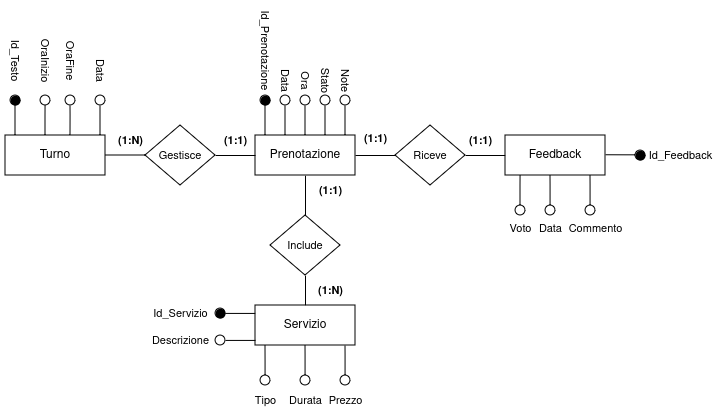
IonutZbir/ProgettoDatabase keeps this draw.io diagram as fase_due/images/rifinitura_prenotazione.png. Above is the earlier version. Source tidied: cells renumbered, new cells last; positions are measured from the earlier drawing's top-left corner, leaving out a move shared by most shapes.
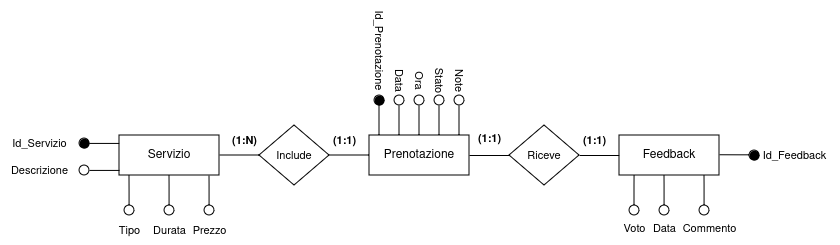
The same diagram one commit later.

What changed in the source:
```diff
@@ -17,37 +17,41 @@
     </mxCell>
     <mxCell id="4" style="edgeStyle=orthogonalEdgeStyle;shape=connector;rounded=0;orthogonalLoop=1;jettySize=auto;html=1;strokeColor=default;align=center;verticalAlign=middle;fontFamily=Helvetica;fontSize=11;fontColor=default;labelBackgroundColor=default;endArrow=none;endFill=0;" parent="1" edge="1">
       <mxGeometry relative="1" as="geometry">
-        <mxPoint x="365" y="340" as="sourcePoint" />
-        <mxPoint x="364.9" y="310" as="targetPoint" />
+        <mxPoint x="115" y="170" as="sourcePoint" />
+        <mxPoint x="114.9" y="140" as="targetPoint" />
         <Array as="points">
-          <mxPoint x="364.9" y="320" />
-          <mxPoint x="364.9" y="320" />
+          <mxPoint x="114.9" y="150" />
+          <mxPoint x="114.9" y="150" />
         </Array>
       </mxGeometry>
     </mxCell>
     <mxCell id="5" style="ellipse;whiteSpace=wrap;html=1;fontFamily=Helvetica;fontSize=11;fontColor=default;labelBackgroundColor=default;" parent="1" vertex="1">
-      <mxGeometry x="360" y="340" width="10" height="10" as="geometry" />
+      <mxGeometry x="110" y="170" width="10" height="10" as="geometry" />
     </mxCell>
-    <mxCell id="6" style="edgeStyle=orthogonalEdgeStyle;shape=connector;rounded=0;jettySize=auto;html=1;entryX=0.5;entryY=0;entryDx=0;entryDy=0;strokeColor=default;align=center;verticalAlign=middle;fontFamily=Helvetica;fontSize=11;fontColor=default;labelBackgroundColor=default;endArrow=none;endFill=0;" parent="1" edge="1" source="7" target="9">
-      <mxGeometry relative="1" as="geometry" />
-    </mxCell>
+    <mxCell id="75" style="edgeStyle=orthogonalEdgeStyle;rounded=0;jettySize=auto;html=1;endArrow=none;endFill=0;" parent="1" edge="1" source="7">
+      <mxGeometry relative="1" as="geometry">
+        <mxPoint x="235" y="120" as="targetPoint" />
+      </mxGeometry>
+    </mxCell>
     <mxCell id="7" value="Prenotazione" style="whiteSpace=wrap;html=1;align=center;" parent="1" vertex="1">
       <mxGeometry x="275" y="100" width="100" height="40" as="geometry" />
     </mxCell>
-    <mxCell id="8" style="edgeStyle=orthogonalEdgeStyle;shape=connector;rounded=0;jettySize=auto;html=1;exitX=0.5;exitY=1;exitDx=0;exitDy=0;entryX=0.5;entryY=0;entryDx=0;entryDy=0;strokeColor=default;align=center;verticalAlign=middle;fontFamily=Helvetica;fontSize=11;fontColor=default;labelBackgroundColor=default;endArrow=none;endFill=0;" parent="1" edge="1" source="9" target="11">
-      <mxGeometry relative="1" as="geometry" />
-    </mxCell>
+    <mxCell id="76" style="edgeStyle=orthogonalEdgeStyle;rounded=0;jettySize=auto;html=1;endArrow=none;endFill=0;" parent="1" edge="1" source="9">
+      <mxGeometry relative="1" as="geometry">
+        <mxPoint x="125" y="120" as="targetPoint" />
+      </mxGeometry>
+    </mxCell>
     <mxCell id="9" value="Include" style="shape=rhombus;perimeter=rhombusPerimeter;whiteSpace=wrap;html=1;align=center;fontFamily=Helvetica;fontSize=11;fontColor=default;labelBackgroundColor=default;" parent="1" vertex="1">
-      <mxGeometry x="290" y="180" width="70" height="60" as="geometry" />
+      <mxGeometry x="165" y="90" width="70" height="60" as="geometry" />
     </mxCell>
     <mxCell id="10" style="edgeStyle=orthogonalEdgeStyle;shape=connector;rounded=0;orthogonalLoop=1;jettySize=auto;html=1;strokeColor=default;align=center;verticalAlign=middle;fontFamily=Helvetica;fontSize=11;fontColor=default;labelBackgroundColor=default;endArrow=none;endFill=0;" parent="1" edge="1">
       <mxGeometry relative="1" as="geometry">
-        <mxPoint x="275" y="277.9" as="sourcePoint" />
-        <mxPoint x="245" y="277.9" as="targetPoint" />
+        <mxPoint x="25" y="107.9" as="sourcePoint" />
+        <mxPoint x="-5" y="107.9" as="targetPoint" />
       </mxGeometry>
     </mxCell>
     <mxCell id="11" value="Servizio" style="whiteSpace=wrap;html=1;align=center;" parent="1" vertex="1">
-      <mxGeometry x="275" y="270" width="100" height="40" as="geometry" />
+      <mxGeometry x="25" y="100" width="100" height="40" as="geometry" />
     </mxCell>
     <mxCell id="12" style="edgeStyle=orthogonalEdgeStyle;shape=connector;rounded=0;jettySize=auto;html=1;entryX=1;entryY=0.5;entryDx=0;entryDy=0;strokeColor=default;align=center;verticalAlign=middle;fontFamily=Helvetica;fontSize=11;fontColor=default;labelBackgroundColor=default;endArrow=none;endFill=0;" parent="1" edge="1" source="13" target="16">
       <mxGeometry relative="1" as="geometry" />
@@ -55,26 +59,12 @@
     <mxCell id="13" value="Feedback" style="whiteSpace=wrap;html=1;align=center;" parent="1" vertex="1">
       <mxGeometry x="525" y="100" width="100" height="40" as="geometry" />
     </mxCell>
-    <mxCell id="14" value="Turno" style="whiteSpace=wrap;html=1;align=center;" parent="1" vertex="1">
-      <mxGeometry x="25" y="100" width="100" height="40" as="geometry" />
-    </mxCell>
     <mxCell id="15" style="edgeStyle=orthogonalEdgeStyle;shape=connector;rounded=0;jettySize=auto;html=1;entryX=1;entryY=0.5;entryDx=0;entryDy=0;strokeColor=default;align=center;verticalAlign=middle;fontFamily=Helvetica;fontSize=11;fontColor=default;labelBackgroundColor=default;endArrow=none;endFill=0;" parent="1" edge="1" source="16" target="7">
       <mxGeometry relative="1" as="geometry" />
     </mxCell>
     <mxCell id="16" value="Riceve" style="shape=rhombus;perimeter=rhombusPerimeter;whiteSpace=wrap;html=1;align=center;fontFamily=Helvetica;fontSize=11;fontColor=default;labelBackgroundColor=default;" parent="1" vertex="1">
       <mxGeometry x="415" y="90" width="70" height="60" as="geometry" />
     </mxCell>
-    <mxCell id="17" style="edgeStyle=orthogonalEdgeStyle;shape=connector;rounded=0;jettySize=auto;html=1;strokeColor=default;align=center;verticalAlign=middle;fontFamily=Helvetica;fontSize=11;fontColor=default;labelBackgroundColor=default;endArrow=none;endFill=0;" parent="1" edge="1" source="19">
-      <mxGeometry relative="1" as="geometry">
-        <mxPoint x="125" y="120" as="targetPoint" />
-      </mxGeometry>
-    </mxCell>
-    <mxCell id="18" style="edgeStyle=orthogonalEdgeStyle;shape=connector;rounded=0;jettySize=auto;html=1;entryX=0;entryY=0.5;entryDx=0;entryDy=0;strokeColor=default;align=center;verticalAlign=middle;fontFamily=Helvetica;fontSize=11;fontColor=default;labelBackgroundColor=default;endArrow=none;endFill=0;" parent="1" edge="1" source="19" target="7">
-      <mxGeometry relative="1" as="geometry" />
-    </mxCell>
-    <mxCell id="19" value="Gestisce" style="shape=rhombus;perimeter=rhombusPerimeter;whiteSpace=wrap;html=1;align=center;fontFamily=Helvetica;fontSize=11;fontColor=default;labelBackgroundColor=default;" parent="1" vertex="1">
-      <mxGeometry x="165" y="90" width="70" height="60" as="geometry" />
-    </mxCell>
     <mxCell id="20" style="edgeStyle=orthogonalEdgeStyle;shape=connector;rounded=0;orthogonalLoop=1;jettySize=auto;html=1;exitX=0.25;exitY=0;exitDx=0;exitDy=0;strokeColor=default;align=center;verticalAlign=middle;fontFamily=Helvetica;fontSize=11;fontColor=default;labelBackgroundColor=default;endArrow=none;endFill=0;" parent="1" edge="1">
       <mxGeometry relative="1" as="geometry">
         <mxPoint x="284.9" y="100" as="sourcePoint" />
@@ -155,122 +145,58 @@
     <mxCell id="34" value="Note" style="text;html=1;align=center;verticalAlign=middle;strokeColor=none;fillColor=none;fontFamily=Helvetica;fontSize=11;fontColor=default;labelBackgroundColor=default;rotation=90;" parent="1" vertex="1">
       <mxGeometry x="340" y="30" width="50" height="30" as="geometry" />
     </mxCell>
-    <mxCell id="35" style="edgeStyle=orthogonalEdgeStyle;shape=connector;rounded=0;orthogonalLoop=1;jettySize=auto;html=1;exitX=0.25;exitY=0;exitDx=0;exitDy=0;strokeColor=default;align=center;verticalAlign=middle;fontFamily=Helvetica;fontSize=11;fontColor=default;labelBackgroundColor=default;endArrow=none;endFill=0;" parent="1" edge="1">
-      <mxGeometry relative="1" as="geometry">
-        <mxPoint x="34.9" y="100" as="sourcePoint" />
-        <mxPoint x="35" y="70" as="targetPoint" />
-        <Array as="points">
-          <mxPoint x="34.9" y="80" />
-          <mxPoint x="34.9" y="80" />
-        </Array>
-      </mxGeometry>
-    </mxCell>
-    <mxCell id="36" style="ellipse;whiteSpace=wrap;html=1;fontFamily=Helvetica;fontSize=11;fontColor=default;labelBackgroundColor=default;fillColor=#000000;" parent="1" vertex="1">
-      <mxGeometry x="30" y="60" width="10" height="10" as="geometry" />
-    </mxCell>
-    <mxCell id="37" value="Id_Testo" style="text;html=1;align=center;verticalAlign=middle;strokeColor=none;fillColor=none;fontFamily=Helvetica;fontSize=11;fontColor=default;labelBackgroundColor=default;rotation=90;" parent="1" vertex="1">
-      <mxGeometry y="10" width="70" height="30" as="geometry" />
-    </mxCell>
-    <mxCell id="38" style="ellipse;whiteSpace=wrap;html=1;fontFamily=Helvetica;fontSize=11;fontColor=default;labelBackgroundColor=default;" parent="1" vertex="1">
-      <mxGeometry x="60" y="60" width="10" height="10" as="geometry" />
-    </mxCell>
-    <mxCell id="39" style="edgeStyle=orthogonalEdgeStyle;shape=connector;rounded=0;orthogonalLoop=1;jettySize=auto;html=1;exitX=0.25;exitY=0;exitDx=0;exitDy=0;strokeColor=default;align=center;verticalAlign=middle;fontFamily=Helvetica;fontSize=11;fontColor=default;labelBackgroundColor=default;endArrow=none;endFill=0;" parent="1" edge="1">
-      <mxGeometry relative="1" as="geometry">
-        <mxPoint x="65" y="100" as="sourcePoint" />
-        <mxPoint x="65.1" y="70" as="targetPoint" />
-        <Array as="points">
-          <mxPoint x="65" y="80" />
-          <mxPoint x="65" y="80" />
-        </Array>
-      </mxGeometry>
-    </mxCell>
-    <mxCell id="40" value="OraInizio" style="text;html=1;align=center;verticalAlign=middle;strokeColor=none;fillColor=none;fontFamily=Helvetica;fontSize=11;fontColor=default;labelBackgroundColor=default;rotation=90;" parent="1" vertex="1">
-      <mxGeometry x="30" y="10" width="70" height="30" as="geometry" />
-    </mxCell>
-    <mxCell id="41" style="edgeStyle=orthogonalEdgeStyle;shape=connector;rounded=0;orthogonalLoop=1;jettySize=auto;html=1;exitX=0.25;exitY=0;exitDx=0;exitDy=0;strokeColor=default;align=center;verticalAlign=middle;fontFamily=Helvetica;fontSize=11;fontColor=default;labelBackgroundColor=default;endArrow=none;endFill=0;" parent="1" edge="1">
-      <mxGeometry relative="1" as="geometry">
-        <mxPoint x="90" y="100" as="sourcePoint" />
-        <mxPoint x="90" y="70" as="targetPoint" />
-        <Array as="points">
-          <mxPoint x="90" y="80" />
-          <mxPoint x="90" y="80" />
-        </Array>
-      </mxGeometry>
-    </mxCell>
-    <mxCell id="42" style="ellipse;whiteSpace=wrap;html=1;fontFamily=Helvetica;fontSize=11;fontColor=default;labelBackgroundColor=default;" parent="1" vertex="1">
-      <mxGeometry x="85" y="60" width="10" height="10" as="geometry" />
-    </mxCell>
-    <mxCell id="43" value="OraFine" style="text;html=1;align=center;verticalAlign=middle;strokeColor=none;fillColor=none;fontFamily=Helvetica;fontSize=11;fontColor=default;labelBackgroundColor=default;rotation=90;" parent="1" vertex="1">
-      <mxGeometry x="60" y="10" width="60" height="30" as="geometry" />
-    </mxCell>
-    <mxCell id="44" style="edgeStyle=orthogonalEdgeStyle;shape=connector;rounded=0;orthogonalLoop=1;jettySize=auto;html=1;exitX=0.25;exitY=0;exitDx=0;exitDy=0;strokeColor=default;align=center;verticalAlign=middle;fontFamily=Helvetica;fontSize=11;fontColor=default;labelBackgroundColor=default;endArrow=none;endFill=0;" parent="1" edge="1">
-      <mxGeometry relative="1" as="geometry">
-        <mxPoint x="119.9" y="100" as="sourcePoint" />
-        <mxPoint x="119.9" y="70" as="targetPoint" />
-        <Array as="points">
-          <mxPoint x="119.9" y="80" />
-          <mxPoint x="119.9" y="80" />
-        </Array>
-      </mxGeometry>
-    </mxCell>
-    <mxCell id="45" style="ellipse;whiteSpace=wrap;html=1;fontFamily=Helvetica;fontSize=11;fontColor=default;labelBackgroundColor=default;" parent="1" vertex="1">
-      <mxGeometry x="115" y="60" width="10" height="10" as="geometry" />
-    </mxCell>
-    <mxCell id="46" value="Data" style="text;html=1;align=center;verticalAlign=middle;strokeColor=none;fillColor=none;fontFamily=Helvetica;fontSize=11;fontColor=default;labelBackgroundColor=default;rotation=90;" parent="1" vertex="1">
-      <mxGeometry x="95" y="20" width="50" height="30" as="geometry" />
-    </mxCell>
     <mxCell id="47" style="edgeStyle=orthogonalEdgeStyle;shape=connector;rounded=0;orthogonalLoop=1;jettySize=auto;html=1;strokeColor=default;align=center;verticalAlign=middle;fontFamily=Helvetica;fontSize=11;fontColor=default;labelBackgroundColor=default;endArrow=none;endFill=0;" parent="1" edge="1">
       <mxGeometry relative="1" as="geometry">
-        <mxPoint x="285" y="340" as="sourcePoint" />
-        <mxPoint x="284.9" y="310" as="targetPoint" />
+        <mxPoint x="35" y="170" as="sourcePoint" />
+        <mxPoint x="34.9" y="140" as="targetPoint" />
         <Array as="points">
-          <mxPoint x="284.9" y="327" />
-          <mxPoint x="284.9" y="327" />
+          <mxPoint x="34.9" y="157" />
+          <mxPoint x="34.9" y="157" />
         </Array>
       </mxGeometry>
     </mxCell>
     <mxCell id="48" style="ellipse;whiteSpace=wrap;html=1;fontFamily=Helvetica;fontSize=11;fontColor=default;labelBackgroundColor=default;fillColor=#000000;" parent="1" vertex="1">
-      <mxGeometry x="235" y="273" width="10" height="10" as="geometry" />
+      <mxGeometry x="-15" y="103" width="10" height="10" as="geometry" />
     </mxCell>
     <mxCell id="49" value="Id_Servizio" style="text;html=1;align=center;verticalAlign=middle;strokeColor=none;fillColor=none;fontFamily=Helvetica;fontSize=11;fontColor=default;labelBackgroundColor=default;" parent="1" vertex="1">
-      <mxGeometry x="160" y="263" width="80" height="30" as="geometry" />
+      <mxGeometry x="-95" y="93" width="80" height="30" as="geometry" />
     </mxCell>
     <mxCell id="50" value="Tipo" style="text;html=1;align=center;verticalAlign=middle;strokeColor=none;fillColor=none;fontFamily=Helvetica;fontSize=11;fontColor=default;labelBackgroundColor=default;" parent="1" vertex="1">
-      <mxGeometry x="265" y="350" width="40" height="30" as="geometry" />
+      <mxGeometry x="15" y="180" width="40" height="30" as="geometry" />
     </mxCell>
     <mxCell id="51" style="edgeStyle=orthogonalEdgeStyle;shape=connector;rounded=0;orthogonalLoop=1;jettySize=auto;html=1;strokeColor=default;align=center;verticalAlign=middle;fontFamily=Helvetica;fontSize=11;fontColor=default;labelBackgroundColor=default;endArrow=none;endFill=0;" parent="1" edge="1">
       <mxGeometry relative="1" as="geometry">
-        <mxPoint x="325" y="340" as="sourcePoint" />
-        <mxPoint x="324.9" y="310" as="targetPoint" />
+        <mxPoint x="75" y="170" as="sourcePoint" />
+        <mxPoint x="74.9" y="140" as="targetPoint" />
         <Array as="points">
-          <mxPoint x="324.9" y="320" />
-          <mxPoint x="324.9" y="320" />
+          <mxPoint x="74.9" y="150" />
+          <mxPoint x="74.9" y="150" />
         </Array>
       </mxGeometry>
     </mxCell>
     <mxCell id="52" style="ellipse;whiteSpace=wrap;html=1;fontFamily=Helvetica;fontSize=11;fontColor=default;labelBackgroundColor=default;" parent="1" vertex="1">
-      <mxGeometry x="320" y="340" width="10" height="10" as="geometry" />
+      <mxGeometry x="70" y="170" width="10" height="10" as="geometry" />
     </mxCell>
     <mxCell id="53" style="ellipse;whiteSpace=wrap;html=1;fontFamily=Helvetica;fontSize=11;fontColor=default;labelBackgroundColor=default;" parent="1" vertex="1">
-      <mxGeometry x="280" y="340" width="10" height="10" as="geometry" />
+      <mxGeometry x="30" y="170" width="10" height="10" as="geometry" />
     </mxCell>
     <mxCell id="54" value="Durata" style="text;html=1;align=center;verticalAlign=middle;strokeColor=none;fillColor=none;fontFamily=Helvetica;fontSize=11;fontColor=default;labelBackgroundColor=default;" parent="1" vertex="1">
-      <mxGeometry x="295" y="350" width="60" height="30" as="geometry" />
+      <mxGeometry x="45" y="180" width="60" height="30" as="geometry" />
     </mxCell>
     <mxCell id="55" value="Prezzo" style="text;html=1;align=center;verticalAlign=middle;strokeColor=none;fillColor=none;fontFamily=Helvetica;fontSize=11;fontColor=default;labelBackgroundColor=default;" parent="1" vertex="1">
-      <mxGeometry x="335" y="350" width="60" height="30" as="geometry" />
+      <mxGeometry x="85" y="180" width="60" height="30" as="geometry" />
     </mxCell>
     <mxCell id="56" style="edgeStyle=orthogonalEdgeStyle;shape=connector;rounded=0;orthogonalLoop=1;jettySize=auto;html=1;strokeColor=default;align=center;verticalAlign=middle;fontFamily=Helvetica;fontSize=11;fontColor=default;labelBackgroundColor=default;endArrow=none;endFill=0;" parent="1" edge="1">
       <mxGeometry relative="1" as="geometry">
-        <mxPoint x="275" y="304.9" as="sourcePoint" />
-        <mxPoint x="245" y="304.9" as="targetPoint" />
+        <mxPoint x="25" y="134.9" as="sourcePoint" />
+        <mxPoint x="-5" y="134.9" as="targetPoint" />
       </mxGeometry>
     </mxCell>
     <mxCell id="57" style="ellipse;whiteSpace=wrap;html=1;fontFamily=Helvetica;fontSize=11;fontColor=default;labelBackgroundColor=default;" parent="1" vertex="1">
-      <mxGeometry x="235" y="300" width="10" height="10" as="geometry" />
+      <mxGeometry x="-15" y="130" width="10" height="10" as="geometry" />
     </mxCell>
     <mxCell id="58" value="Descrizione" style="text;html=1;align=center;verticalAlign=middle;strokeColor=none;fillColor=none;fontFamily=Helvetica;fontSize=11;fontColor=default;labelBackgroundColor=default;" parent="1" vertex="1">
-      <mxGeometry x="160" y="290" width="80" height="30" as="geometry" />
+      <mxGeometry x="-95" y="120" width="80" height="30" as="geometry" />
     </mxCell>
     <mxCell id="59" style="edgeStyle=orthogonalEdgeStyle;shape=connector;rounded=0;orthogonalLoop=1;jettySize=auto;html=1;exitX=0.25;exitY=0;exitDx=0;exitDy=0;strokeColor=default;align=center;verticalAlign=middle;fontFamily=Helvetica;fontSize=11;fontColor=default;labelBackgroundColor=default;endArrow=none;endFill=0;" parent="1" edge="1">
       <mxGeometry relative="1" as="geometry">
@@ -321,12 +247,6 @@
     <mxCell id="68" value="Voto" style="text;html=1;align=center;verticalAlign=middle;strokeColor=none;fillColor=none;fontFamily=Helvetica;fontSize=11;fontColor=default;labelBackgroundColor=default;" parent="1" vertex="1">
       <mxGeometry x="515" y="178" width="50" height="30" as="geometry" />
     </mxCell>
-    <mxCell id="69" value="(1:N)" style="text;html=1;align=center;verticalAlign=middle;strokeColor=none;fillColor=none;fontFamily=Helvetica;fontSize=11;fontColor=default;labelBackgroundColor=default;fontStyle=1;" parent="1" vertex="1">
-      <mxGeometry x="125" y="90" width="50" height="30" as="geometry" />
-    </mxCell>
-    <mxCell id="70" value="(1:1)" style="text;html=1;align=center;verticalAlign=middle;strokeColor=none;fillColor=none;fontFamily=Helvetica;fontSize=11;fontColor=default;labelBackgroundColor=default;fontStyle=1;" parent="1" vertex="1">
-      <mxGeometry x="230" y="90" width="50" height="30" as="geometry" />
-    </mxCell>
     <mxCell id="71" value="(1:1)" style="text;html=1;align=center;verticalAlign=middle;strokeColor=none;fillColor=none;fontFamily=Helvetica;fontSize=11;fontColor=default;labelBackgroundColor=default;fontStyle=1;" parent="1" vertex="1">
       <mxGeometry x="370" y="88" width="50" height="30" as="geometry" />
     </mxCell>
@@ -334,10 +254,10 @@
       <mxGeometry x="475" y="90" width="50" height="30" as="geometry" />
     </mxCell>
     <mxCell id="73" value="(1:1)" style="text;html=1;align=center;verticalAlign=middle;strokeColor=none;fillColor=none;fontFamily=Helvetica;fontSize=11;fontColor=default;labelBackgroundColor=default;fontStyle=1;" parent="1" vertex="1">
-      <mxGeometry x="325" y="140" width="50" height="30" as="geometry" />
+      <mxGeometry x="225" y="90" width="50" height="30" as="geometry" />
     </mxCell>
     <mxCell id="74" value="(1:N)" style="text;html=1;align=center;verticalAlign=middle;strokeColor=none;fillColor=none;fontFamily=Helvetica;fontSize=11;fontColor=default;labelBackgroundColor=default;fontStyle=1;" parent="1" vertex="1">
-      <mxGeometry x="325" y="240" width="50" height="30" as="geometry" />
+      <mxGeometry x="125" y="90" width="50" height="30" as="geometry" />
     </mxCell>
   </root>
 </mxGraphModel>
```
